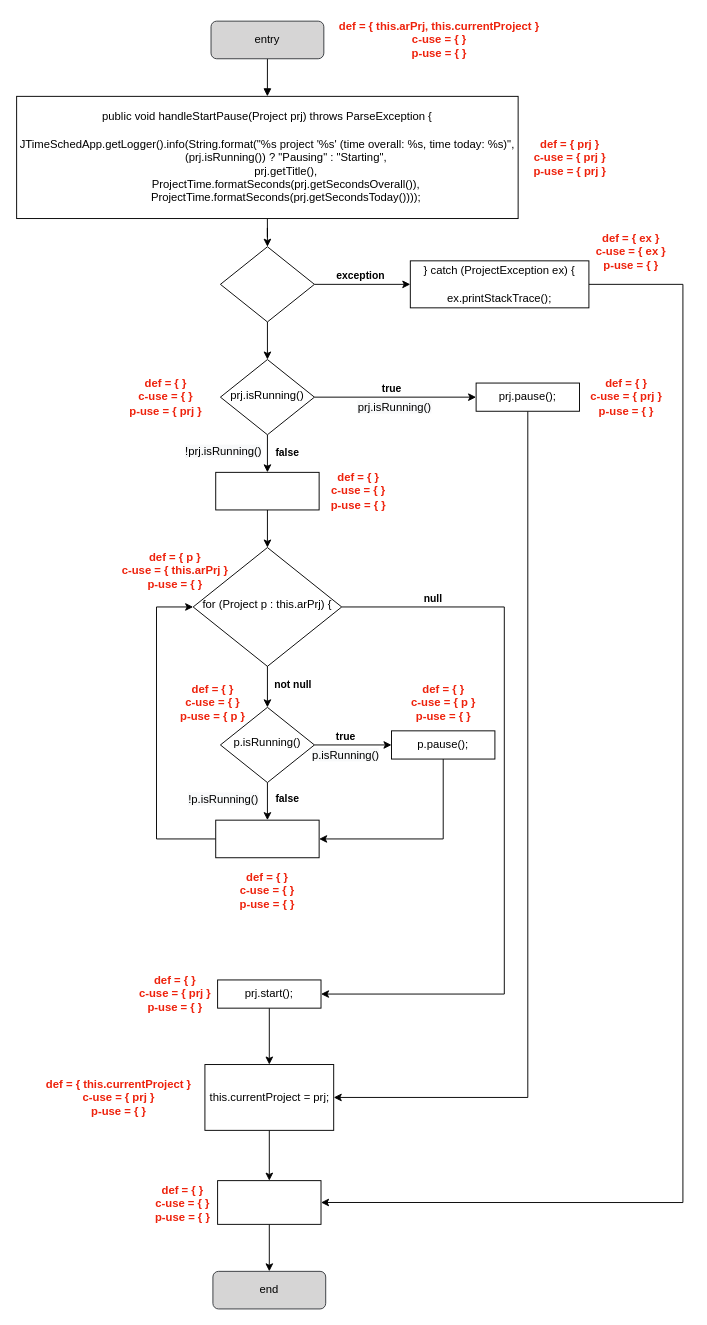
This is page "handleStartPause_dug" (6 of 6) of assignments/resources/dataflow_testing.drawio from paulinho-16/MEIC-TVVS, a draw.io file, before an edit. Source tidied: cells renumbered, new cells numbered last; positions are measured from the earlier drawing's top-left corner, leaving out a move shared by most shapes. Both pictures are drawn from the tidied source at 94%, with x=0, y=0 at pixel (16, 16).
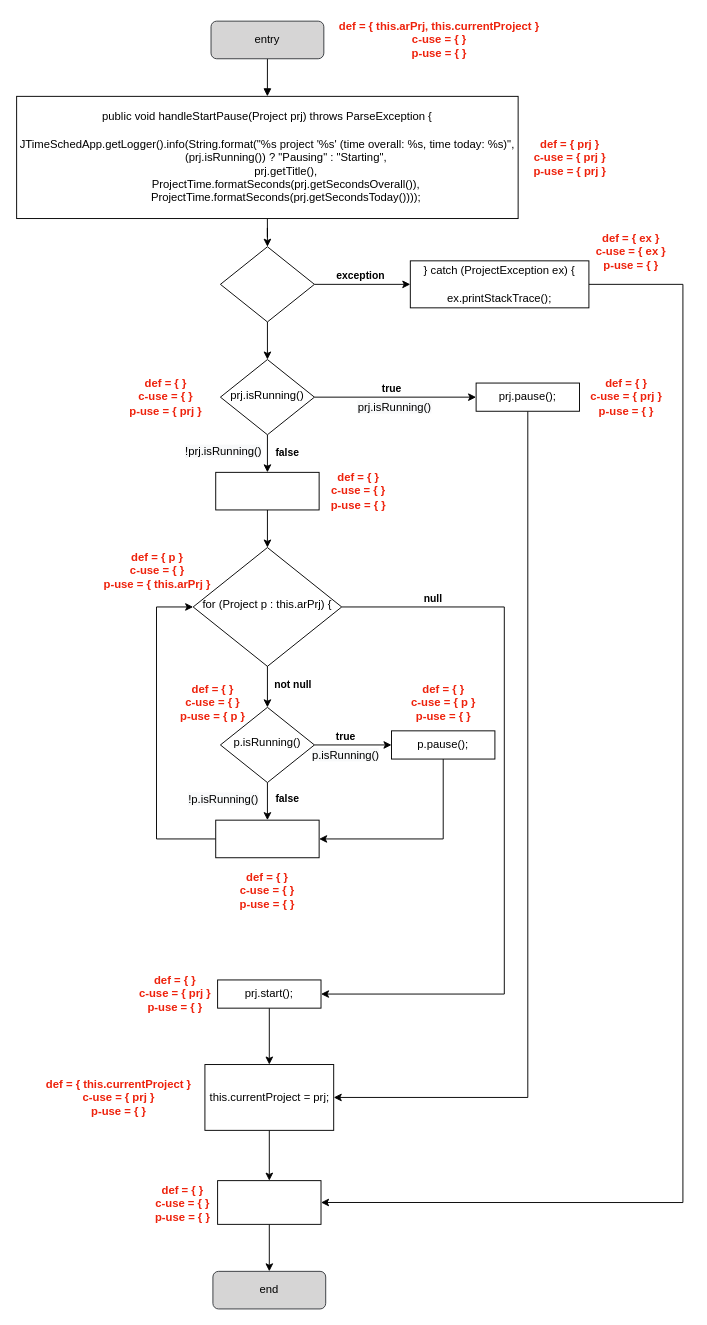
Above is the later version.

What changed in the source:
```diff
@@
-    <mxCell id="50" value="&lt;b style=&quot;color: rgb(238, 34, 12);&quot;&gt;def = { p }&lt;/b&gt;&lt;font color=&quot;#ee220c&quot;&gt;&lt;b&gt;&lt;br&gt;c-use = { this.arPrj }&lt;br&gt;p-use = { }&lt;br&gt;&lt;/b&gt;&lt;/font&gt;" style="text;html=1;strokeColor=none;fillColor=none;align=center;verticalAlign=middle;whiteSpace=wrap;rounded=0;" parent="1" vertex="1">
-      <mxGeometry x="89" y="565" width="160" height="50" as="geometry" />
+    <mxCell id="50" value="&lt;b style=&quot;color: rgb(238, 34, 12);&quot;&gt;def = { p }&lt;/b&gt;&lt;font color=&quot;#ee220c&quot;&gt;&lt;b&gt;&lt;br&gt;c-use = { }&lt;br&gt;p-use = {&amp;nbsp;&lt;/b&gt;&lt;/font&gt;&lt;b style=&quot;color: rgb(238, 34, 12);&quot;&gt;this.arPrj&lt;/b&gt;&lt;font color=&quot;#ee220c&quot;&gt;&lt;b&gt;&amp;nbsp;}&lt;br&gt;&lt;/b&gt;&lt;/font&gt;" style="text;html=1;strokeColor=none;fillColor=none;align=center;verticalAlign=middle;whiteSpace=wrap;rounded=0;" parent="1" vertex="1">
+      <mxGeometry x="70" y="565" width="160" height="50" as="geometry" />
     </mxCell>
```
